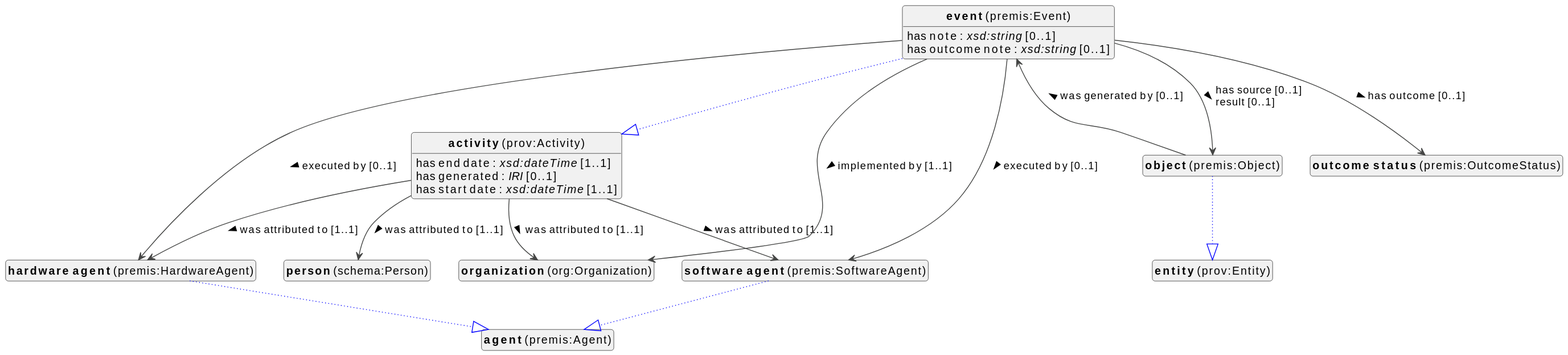
Above: docs/metadata/knowledge-graph/0.0.1/events/en/events-diagram.svg in viaacode/documentation-jekyll (PlantUML), before the change.
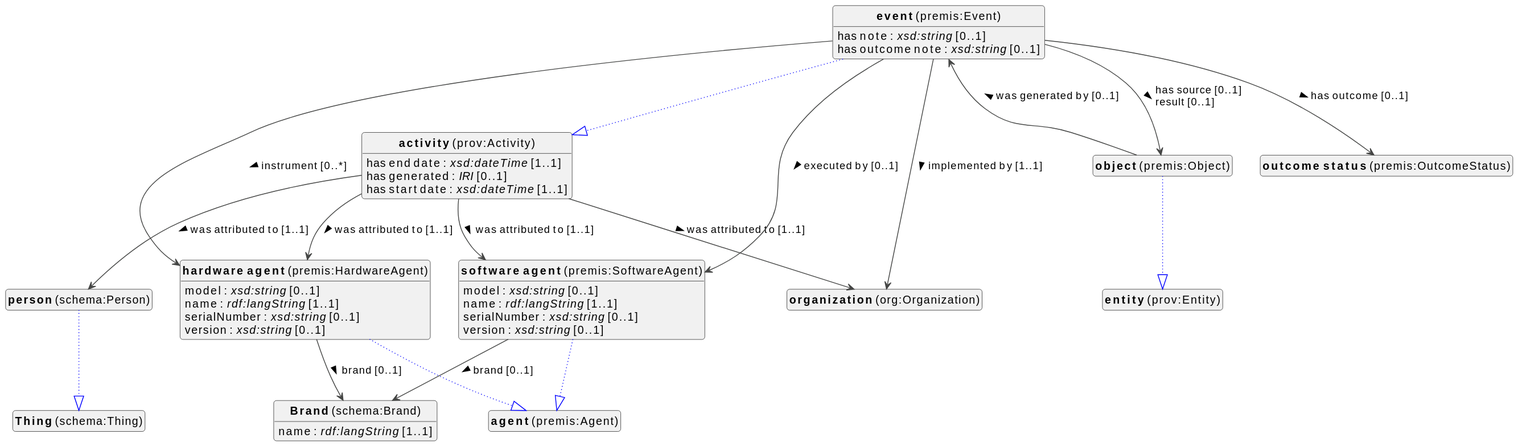
Later version of the same file.

What changed in the source:
```diff
@@ -10,6 +10,7 @@
 top to bottom direction
 
 
+class "<b>Brand</b> (schema:Brand)" as schema_Brand [[#schema%3ABrand]]
 class "<b>activity</b> (prov:Activity)" as prov_Activity [[#prov%3AActivity]]
 class "<b>event</b> (premis:Event)" as premis_Event [[#premis%3AEvent]]
 class "<b>activity</b> (prov:Activity)" as prov_Activity [[#prov%3AActivity]]
@@ -20,8 +21,13 @@
 class "<b>organization</b> (org:Organization)" as org_Organization [[../../organization/en#org%3AOrganization]]
 class "<b>outcome status</b> (premis:OutcomeStatus)" as premis_OutcomeStatus [[#premis%3AOutcomeStatus]]
 class "<b>person</b> (schema:Person)" as schema_Person [[../../organization/en#schema%3APerson]]
+class "<b>Thing</b> (schema:Thing)" as schema_Thing [[#schema%3AThing]]
 class "<b>software agent</b> (premis:SoftwareAgent)" as premis_SoftwareAgent [[#premis%3ASoftwareAgent]]
 class "<b>agent</b> (premis:Agent)" as premis_Agent [[#premis%3AAgent]]
+
+
+schema_Brand : name : <i>rdf:langString</i> [1..1]
+
 
 
 prov_Activity : has end date : <i>xsd:dateTime</i> [1..1]
@@ -39,13 +45,20 @@
 premis_Event : has note : <i>xsd:string</i> [0..1]
 premis_Event : has outcome note : <i>xsd:string</i> [0..1]
 premis_Event --> org_Organization :implemented by [1..1]  >
-premis_Event --> premis_HardwareAgent :executed by [0..1]  >
+premis_Event --> premis_HardwareAgent :instrument [0..*]  >
 premis_Event --> premis_Object :has source [0..1]  \lresult [0..1]  >
 premis_Event --> premis_OutcomeStatus :has outcome [0..1]  >
 premis_Event --> premis_SoftwareAgent :executed by [0..1]  >
 
 
 premis_HardwareAgent --|> premis_Agent #blue;line.dotted;text:blue
+
+premis_HardwareAgent : model : <i>xsd:string</i> [0..1]
+premis_HardwareAgent : name : <i>rdf:langString</i> [1..1]
+premis_HardwareAgent : serialNumber : <i>xsd:string</i> [0..1]
+premis_HardwareAgent : version : <i>xsd:string</i> [0..1]
+
+premis_HardwareAgent --> schema_Brand :brand [0..1]  >
 
 
 premis_Object --|> prov_Entity #blue;line.dotted;text:blue
@@ -56,9 +69,17 @@
 
 
 
+schema_Person --|> schema_Thing #blue;line.dotted;text:blue
 
 
 premis_SoftwareAgent --|> premis_Agent #blue;line.dotted;text:blue
+
+premis_SoftwareAgent : model : <i>xsd:string</i> [0..1]
+premis_SoftwareAgent : name : <i>rdf:langString</i> [1..1]
+premis_SoftwareAgent : serialNumber : <i>xsd:string</i> [0..1]
+premis_SoftwareAgent : version : <i>xsd:string</i> [0..1]
+
+premis_SoftwareAgent --> schema_Brand :brand [0..1]  >
 
 
 
```
